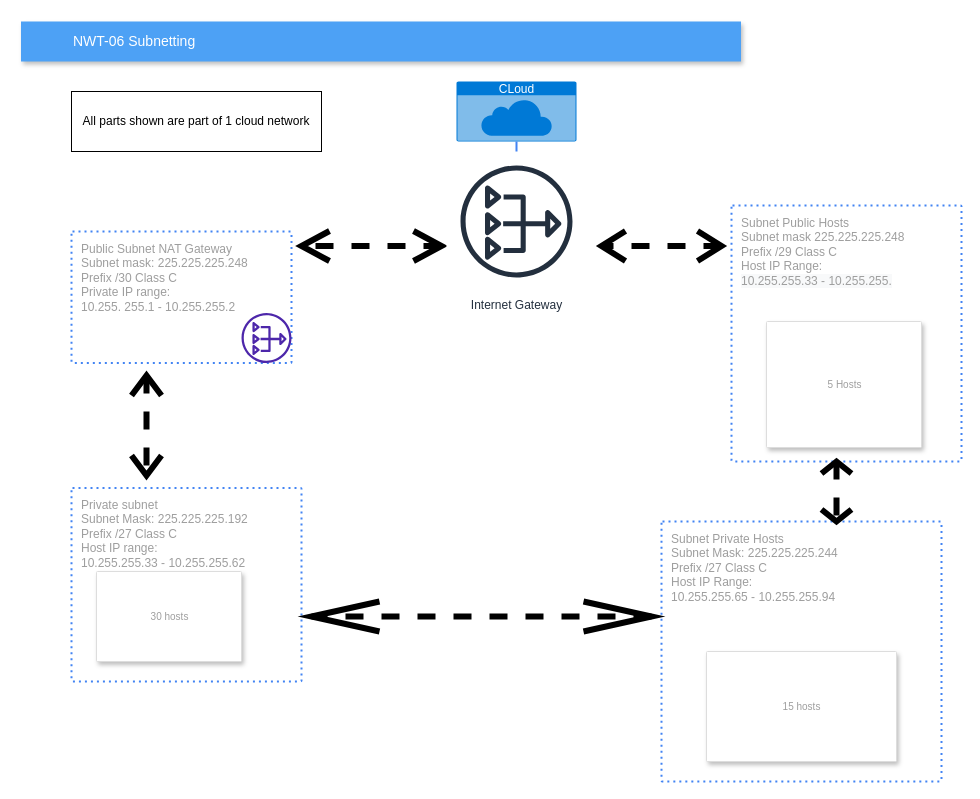
TechGrounds-Cloud8/cloud8-Rolfsijtema keeps this draw.io diagram as week2cloud8/SubnetDiagram.drawio. Above is the earlier version. Source tidied: cells renumbered, new cells numbered last; positions are measured from the earlier drawing's top-left corner, leaving out a move shared by most shapes. Both pictures are drawn from the tidied source at 100%, with x=0, y=0 at pixel (21, 21).
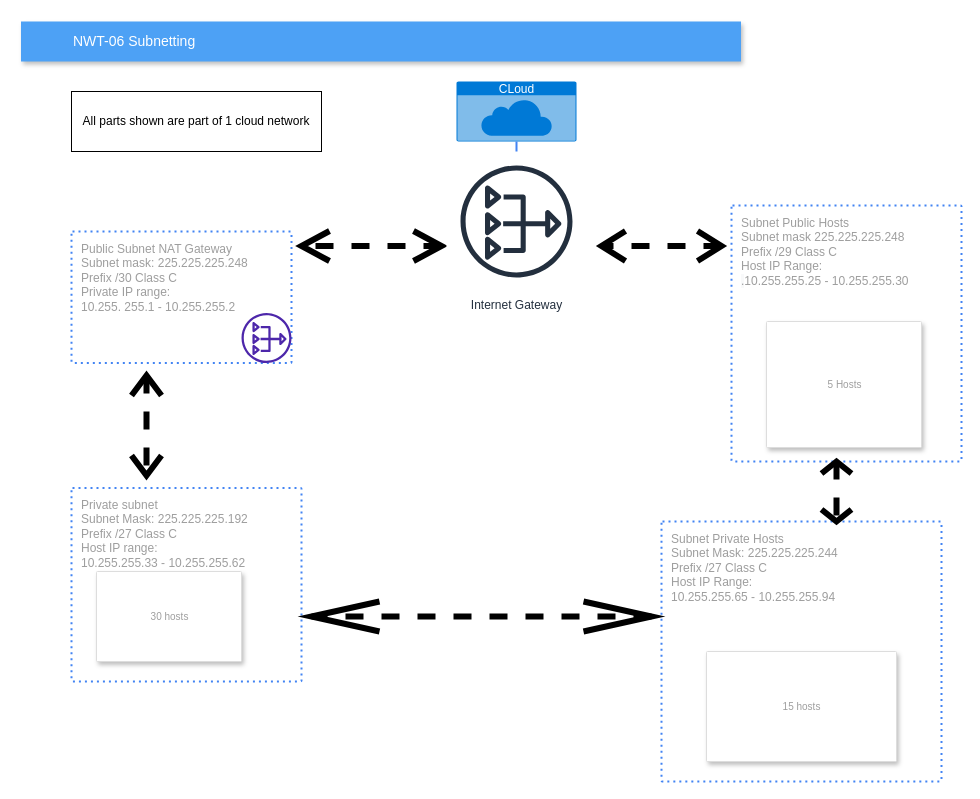
The same diagram, later.

Change to the diagram source:
```diff
@@
-    <mxCell id="5" value="Subnet Public Hosts&lt;br&gt;Subnet mask 225.225.225.248&lt;br&gt;Prefix /29 Class C&lt;br&gt;Host IP Range: &lt;br&gt;&lt;span style=&quot;background-color: rgb(248 , 249 , 250)&quot;&gt;10.255.255.33 - 10.255.255.&lt;/span&gt;" style="rounded=1;absoluteArcSize=1;arcSize=2;html=1;strokeColor=#4284F3;gradientColor=none;shadow=0;dashed=1;fontSize=12;fontColor=#9E9E9E;align=left;verticalAlign=top;spacing=10;spacingTop=-4;fillColor=none;dashPattern=1 2;strokeWidth=2;" parent="1" vertex="1">
+    <mxCell id="5" value="Subnet Public Hosts&lt;br&gt;Subnet mask 225.225.225.248&lt;br&gt;Prefix /29 Class C&lt;br&gt;Host IP Range:&lt;br&gt;&lt;span style=&quot;background-color: rgb(248 , 249 , 250)&quot;&gt;.&lt;/span&gt;10.255.255.25 - 10.255.255.30" style="rounded=1;absoluteArcSize=1;arcSize=2;html=1;strokeColor=#4284F3;gradientColor=none;shadow=0;dashed=1;fontSize=12;fontColor=#9E9E9E;align=left;verticalAlign=top;spacing=10;spacingTop=-4;fillColor=none;dashPattern=1 2;strokeWidth=2;" parent="1" vertex="1">
       <mxGeometry x="710" y="184" width="230" height="256" as="geometry" />
     </mxCell>
```
